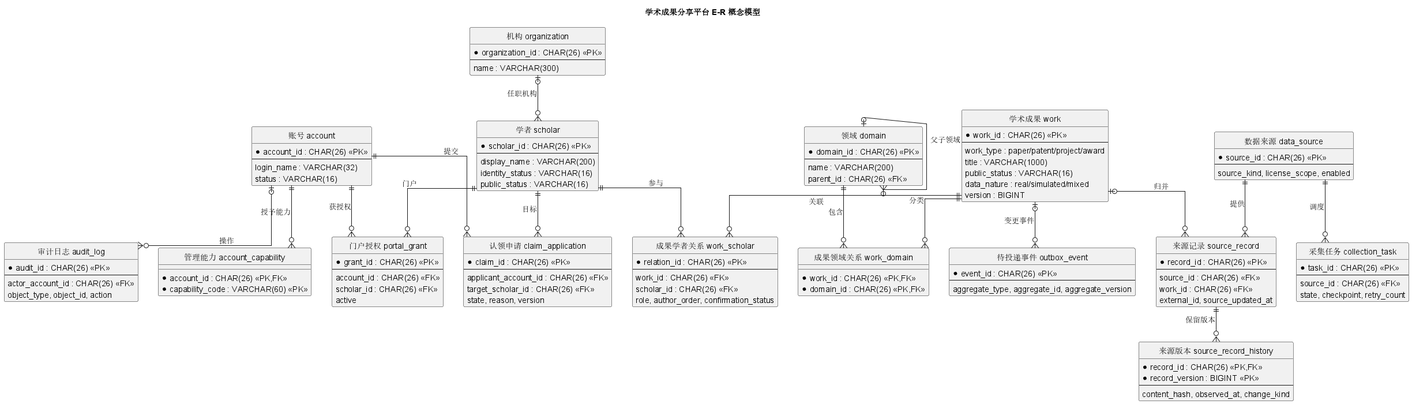
FloatingSoul423/OvO_- keeps this PlantUML diagram as docs/component-design/02-数据库模型-可御风雪可燃冰/03-ER图-可御风雪可燃冰.png. Above is the earlier version.
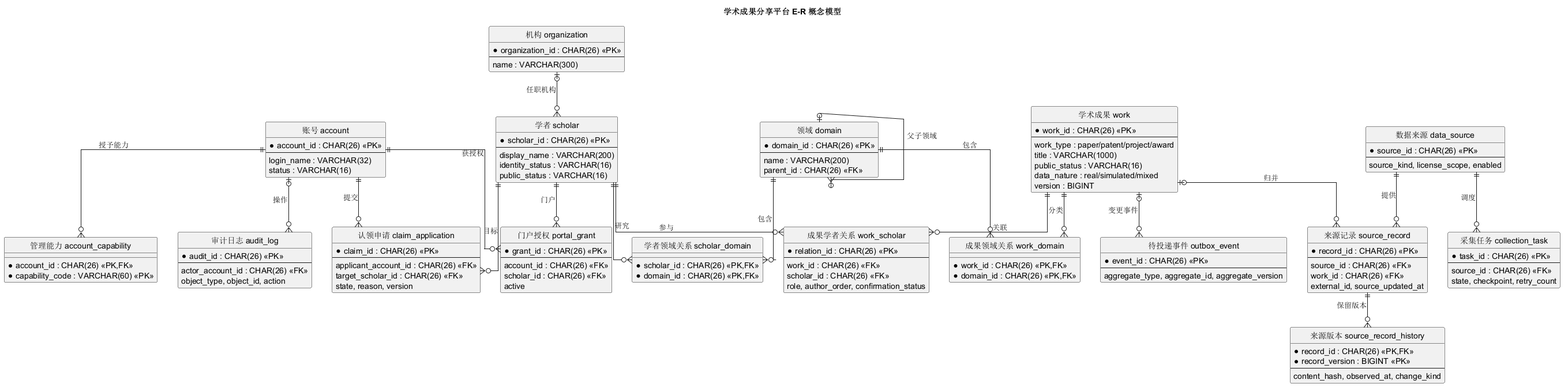
After the change.

The edit, as a diff of the source:
```diff
@@ -52,6 +52,10 @@
 }
 entity "成果领域关系 work_domain" as WD {
   * work_id : CHAR(26) <<PK,FK>>
+  * domain_id : CHAR(26) <<PK,FK>>
+}
+entity "学者领域关系 scholar_domain" as SD {
+  * scholar_id : CHAR(26) <<PK,FK>>
   * domain_id : CHAR(26) <<PK,FK>>
 }
 entity "认领申请 claim_application" as Claim {
@@ -110,6 +114,8 @@
 Scholar ||--o{ WS : 参与
 Work ||--o{ WD : 分类
 Domain ||--o{ WD : 包含
+Scholar ||--o{ SD : 研究
+Domain ||--o{ SD : 包含
 Account ||--o{ Claim : 提交
 Account ||--o{ Capability : 授予能力
 Scholar ||--o{ Claim : 目标
```
